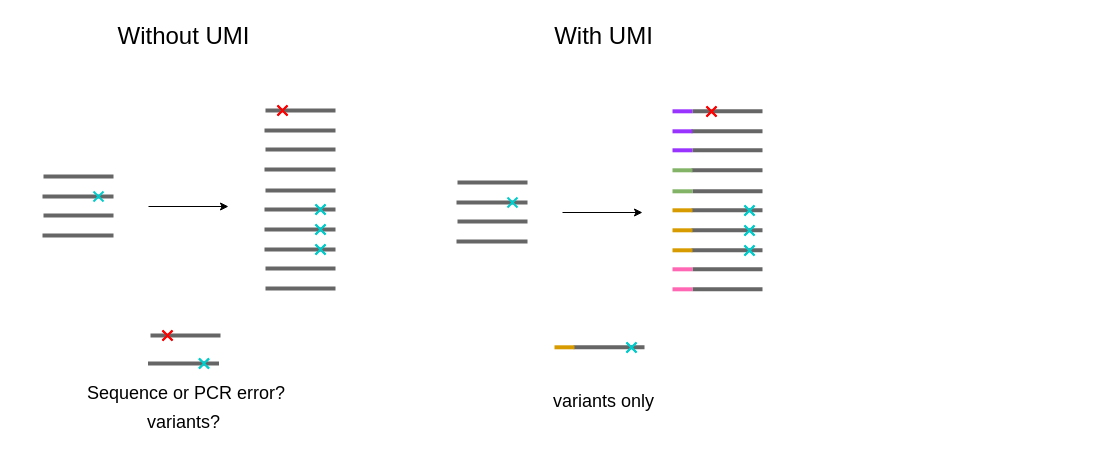
The draw.io diagram Copy of Copy of DNAsequencing.drawio in 16281022/os-lab2, before the edit. Source tidied: cells renumbered, new cells numbered last; positions are measured from the earlier drawing's top-left corner, leaving out a move shared by most shapes. Both pictures are drawn from the tidied source at 100%, with x=0, y=0 at pixel (42, 26).
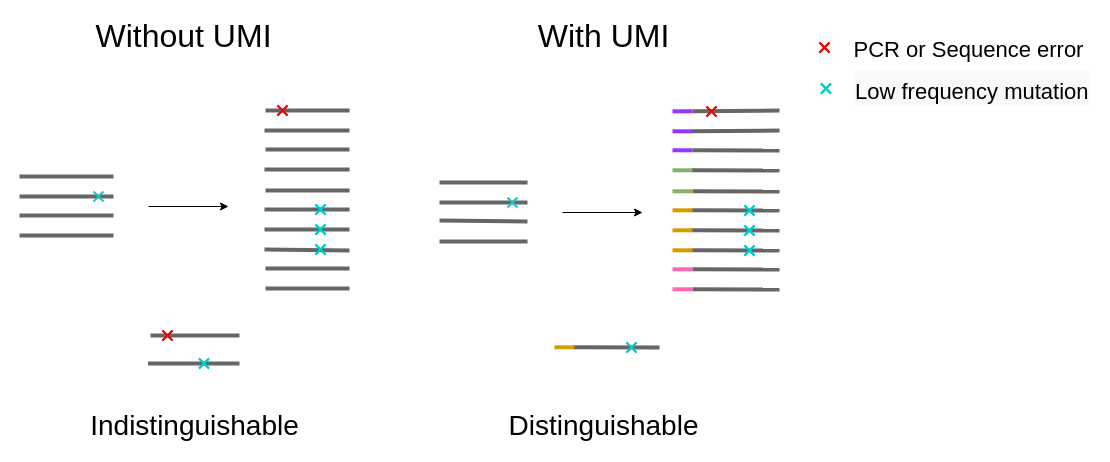
The same page after the edit.

The edit, as a diff of the source:
```diff
@@
     <mxCell id="2" style="endArrow=none;html=1;rounded=0;strokeWidth=4;strokeColor=#666666;" parent="1" edge="1">
       <mxGeometry relative="1" as="geometry">
-        <mxPoint x="1" y="150" as="sourcePoint" />
+        <mxPoint x="-23" y="150" as="sourcePoint" />
         <mxPoint x="71" y="150" as="targetPoint" />
       </mxGeometry>
     </mxCell>
     <mxCell id="3" style="endArrow=none;html=1;rounded=0;strokeWidth=4;strokeColor=#666666;" parent="1" edge="1">
       <mxGeometry relative="1" as="geometry">
-        <mxPoint y="170" as="sourcePoint" />
+        <mxPoint x="-23" y="170" as="sourcePoint" />
         <mxPoint x="71" y="170" as="targetPoint" />
       </mxGeometry>
     </mxCell>
     <mxCell id="4" style="endArrow=none;html=1;rounded=0;strokeWidth=4;strokeColor=#666666;" parent="1" edge="1">
       <mxGeometry relative="1" as="geometry">
-        <mxPoint x="1" y="189" as="sourcePoint" />
+        <mxPoint x="-23" y="189" as="sourcePoint" />
         <mxPoint x="71" y="189" as="targetPoint" />
       </mxGeometry>
     </mxCell>
     <mxCell id="5" style="endArrow=none;html=1;rounded=0;strokeWidth=4;strokeColor=#666666;" parent="1" edge="1">
       <mxGeometry relative="1" as="geometry">
-        <mxPoint y="209" as="sourcePoint" />
+        <mxPoint x="-23" y="209" as="sourcePoint" />
         <mxPoint x="71" y="209" as="targetPoint" />
       </mxGeometry>
     </mxCell>
@@
     <mxCell id="9" style="endArrow=none;html=1;rounded=0;strokeWidth=4;strokeColor=#666666;" parent="1" edge="1">
       <mxGeometry relative="1" as="geometry">
-        <mxPoint x="415" y="156" as="sourcePoint" />
+        <mxPoint x="397" y="156" as="sourcePoint" />
         <mxPoint x="485" y="156" as="targetPoint" />
       </mxGeometry>
     </mxCell>
     <mxCell id="10" style="endArrow=none;html=1;rounded=0;strokeWidth=4;strokeColor=#666666;" parent="1" edge="1">
       <mxGeometry relative="1" as="geometry">
-        <mxPoint x="414" y="176" as="sourcePoint" />
+        <mxPoint x="397" y="176" as="sourcePoint" />
         <mxPoint x="485" y="176" as="targetPoint" />
       </mxGeometry>
     </mxCell>
     <mxCell id="11" style="endArrow=none;html=1;rounded=0;strokeWidth=4;strokeColor=#666666;" parent="1" edge="1">
       <mxGeometry relative="1" as="geometry">
-        <mxPoint x="415" y="195" as="sourcePoint" />
+        <mxPoint x="397" y="194" as="sourcePoint" />
         <mxPoint x="485" y="195" as="targetPoint" />
       </mxGeometry>
     </mxCell>
     <mxCell id="12" style="endArrow=none;html=1;rounded=0;strokeWidth=4;strokeColor=#666666;" parent="1" edge="1">
       <mxGeometry relative="1" as="geometry">
-        <mxPoint x="414" y="215" as="sourcePoint" />
+        <mxPoint x="397" y="215" as="sourcePoint" />
         <mxPoint x="485" y="215" as="targetPoint" />
       </mxGeometry>
     </mxCell>
@@
     <mxCell id="16" style="endArrow=none;html=1;rounded=0;strokeWidth=4;strokeColor=#666666;" parent="1" edge="1">
       <mxGeometry relative="1" as="geometry">
         <mxPoint x="650" y="242.8" as="sourcePoint" />
-        <mxPoint x="720" y="242.8" as="targetPoint" />
+        <mxPoint x="737" y="243" as="targetPoint" />
       </mxGeometry>
     </mxCell>
@@
     <mxCell id="18" style="endArrow=none;html=1;rounded=0;strokeWidth=4;strokeColor=#666666;" parent="1" edge="1">
       <mxGeometry relative="1" as="geometry">
         <mxPoint x="650" y="262.8" as="sourcePoint" />
-        <mxPoint x="720" y="262.8" as="targetPoint" />
+        <mxPoint x="737" y="263" as="targetPoint" />
       </mxGeometry>
     </mxCell>
@@
     <mxCell id="20" style="endArrow=none;html=1;rounded=0;strokeWidth=4;strokeColor=#666666;" parent="1" edge="1">
       <mxGeometry relative="1" as="geometry">
         <mxPoint x="649" y="203.8" as="sourcePoint" />
-        <mxPoint x="720" y="203.8" as="targetPoint" />
+        <mxPoint x="737" y="204" as="targetPoint" />
       </mxGeometry>
     </mxCell>
     <mxCell id="21" style="endArrow=none;html=1;rounded=0;strokeWidth=4;strokeColor=#666666;" parent="1" edge="1">
       <mxGeometry relative="1" as="geometry">
         <mxPoint x="649" y="223.8" as="sourcePoint" />
-        <mxPoint x="720" y="223.8" as="targetPoint" />
+        <mxPoint x="737" y="224" as="targetPoint" />
       </mxGeometry>
     </mxCell>
@@
     <mxCell id="24" style="endArrow=none;html=1;rounded=0;strokeWidth=4;strokeColor=#666666;" parent="1" edge="1">
       <mxGeometry relative="1" as="geometry">
         <mxPoint x="650" y="84.8" as="sourcePoint" />
-        <mxPoint x="720" y="84.8" as="targetPoint" />
+        <mxPoint x="737" y="84" as="targetPoint" />
       </mxGeometry>
     </mxCell>
     <mxCell id="25" style="endArrow=none;html=1;rounded=0;strokeWidth=4;strokeColor=#666666;" parent="1" edge="1">
       <mxGeometry relative="1" as="geometry">
         <mxPoint x="649" y="104.8" as="sourcePoint" />
-        <mxPoint x="720" y="104.8" as="targetPoint" />
+        <mxPoint x="737" y="104" as="targetPoint" />
       </mxGeometry>
     </mxCell>
     <mxCell id="26" style="endArrow=none;html=1;rounded=0;strokeWidth=4;strokeColor=#666666;" parent="1" edge="1">
       <mxGeometry relative="1" as="geometry">
         <mxPoint x="650" y="164.8" as="sourcePoint" />
-        <mxPoint x="720" y="164.8" as="targetPoint" />
+        <mxPoint x="737" y="165" as="targetPoint" />
       </mxGeometry>
     </mxCell>
     <mxCell id="27" style="endArrow=none;html=1;rounded=0;strokeWidth=4;strokeColor=#666666;" parent="1" edge="1">
       <mxGeometry relative="1" as="geometry">
         <mxPoint x="649" y="183.8" as="sourcePoint" />
-        <mxPoint x="720" y="183.8" as="targetPoint" />
+        <mxPoint x="737" y="184" as="targetPoint" />
       </mxGeometry>
     </mxCell>
@@
     <mxCell id="32" style="endArrow=none;html=1;rounded=0;strokeWidth=4;strokeColor=#666666;" parent="1" edge="1">
       <mxGeometry relative="1" as="geometry">
         <mxPoint x="650" y="123.8" as="sourcePoint" />
-        <mxPoint x="720" y="123.8" as="targetPoint" />
+        <mxPoint x="737" y="124" as="targetPoint" />
       </mxGeometry>
     </mxCell>
     <mxCell id="33" style="endArrow=none;html=1;rounded=0;strokeWidth=4;strokeColor=#666666;" parent="1" edge="1">
       <mxGeometry relative="1" as="geometry">
         <mxPoint x="649" y="143.8" as="sourcePoint" />
-        <mxPoint x="720" y="143.8" as="targetPoint" />
+        <mxPoint x="737" y="144" as="targetPoint" />
       </mxGeometry>
     </mxCell>
@@
-    <mxCell id="36" value="&lt;font style=&quot;font-size: 24px;&quot;&gt;Without UMI&lt;/font&gt;" style="text;html=1;align=center;verticalAlign=middle;strokeColor=none;fillColor=none;" parent="1" vertex="1">
-      <mxGeometry x="66" width="150" height="20" as="geometry" />
+    <mxCell id="36" value="&lt;font style=&quot;font-size: 32px;&quot;&gt;Without UMI&lt;/font&gt;" style="text;html=1;align=center;verticalAlign=middle;strokeColor=none;fillColor=none;" parent="1" vertex="1">
+      <mxGeometry x="46" y="-5" width="190" height="30" as="geometry" />
     </mxCell>
-    <mxCell id="37" value="&lt;font style=&quot;font-size: 24px;&quot;&gt;With UMI&lt;/font&gt;" style="text;html=1;align=center;verticalAlign=middle;strokeColor=none;fillColor=none;" parent="1" vertex="1">
-      <mxGeometry x="506" width="110" height="20" as="geometry" />
+    <mxCell id="37" value="&lt;font style=&quot;font-size: 32px;&quot;&gt;With UMI&lt;/font&gt;" style="text;html=1;align=center;verticalAlign=middle;strokeColor=none;fillColor=none;" parent="1" vertex="1">
+      <mxGeometry x="486" y="-5" width="150" height="30" as="geometry" />
     </mxCell>
@@
     <mxCell id="46" style="endArrow=none;html=1;rounded=0;strokeWidth=4;strokeColor=#666666;" parent="1" edge="1">
       <mxGeometry relative="1" as="geometry">
         <mxPoint x="223" y="242" as="sourcePoint" />
-        <mxPoint x="293" y="242" as="targetPoint" />
+        <mxPoint x="307" y="242" as="targetPoint" />
       </mxGeometry>
     </mxCell>
     <mxCell id="47" style="endArrow=none;html=1;rounded=0;strokeWidth=4;strokeColor=#666666;" parent="1" edge="1">
       <mxGeometry relative="1" as="geometry">
         <mxPoint x="223" y="262" as="sourcePoint" />
-        <mxPoint x="293" y="262" as="targetPoint" />
+        <mxPoint x="307" y="262" as="targetPoint" />
       </mxGeometry>
     </mxCell>
     <mxCell id="48" style="endArrow=none;html=1;rounded=0;strokeWidth=4;strokeColor=#666666;" parent="1" edge="1">
       <mxGeometry relative="1" as="geometry">
         <mxPoint x="222" y="203" as="sourcePoint" />
-        <mxPoint x="293" y="203" as="targetPoint" />
+        <mxPoint x="307" y="203" as="targetPoint" />
       </mxGeometry>
     </mxCell>
     <mxCell id="49" style="endArrow=none;html=1;rounded=0;strokeWidth=4;strokeColor=#666666;" parent="1" edge="1">
       <mxGeometry relative="1" as="geometry">
         <mxPoint x="222" y="223" as="sourcePoint" />
-        <mxPoint x="293" y="223" as="targetPoint" />
+        <mxPoint x="307" y="224" as="targetPoint" />
       </mxGeometry>
     </mxCell>
     <mxCell id="50" style="endArrow=none;html=1;rounded=0;strokeWidth=4;strokeColor=#666666;" parent="1" edge="1">
       <mxGeometry relative="1" as="geometry">
         <mxPoint x="223" y="84" as="sourcePoint" />
-        <mxPoint x="293" y="84" as="targetPoint" />
+        <mxPoint x="307" y="84" as="targetPoint" />
       </mxGeometry>
     </mxCell>
     <mxCell id="51" style="endArrow=none;html=1;rounded=0;strokeWidth=4;strokeColor=#666666;" parent="1" edge="1">
       <mxGeometry relative="1" as="geometry">
         <mxPoint x="222" y="104" as="sourcePoint" />
-        <mxPoint x="293" y="104" as="targetPoint" />
+        <mxPoint x="307" y="104" as="targetPoint" />
       </mxGeometry>
     </mxCell>
     <mxCell id="52" style="endArrow=none;html=1;rounded=0;strokeWidth=4;strokeColor=#666666;" parent="1" edge="1">
       <mxGeometry relative="1" as="geometry">
         <mxPoint x="223" y="164" as="sourcePoint" />
-        <mxPoint x="293" y="164" as="targetPoint" />
+        <mxPoint x="307" y="164" as="targetPoint" />
       </mxGeometry>
     </mxCell>
     <mxCell id="53" style="endArrow=none;html=1;rounded=0;strokeWidth=4;strokeColor=#666666;" parent="1" edge="1">
       <mxGeometry relative="1" as="geometry">
         <mxPoint x="222" y="183" as="sourcePoint" />
-        <mxPoint x="293" y="183" as="targetPoint" />
+        <mxPoint x="307" y="183" as="targetPoint" />
       </mxGeometry>
     </mxCell>
     <mxCell id="54" style="endArrow=none;html=1;rounded=0;strokeWidth=4;strokeColor=#666666;" parent="1" edge="1">
       <mxGeometry relative="1" as="geometry">
         <mxPoint x="223" y="123" as="sourcePoint" />
-        <mxPoint x="293" y="123" as="targetPoint" />
+        <mxPoint x="307" y="123" as="targetPoint" />
       </mxGeometry>
     </mxCell>
     <mxCell id="55" style="endArrow=none;html=1;rounded=0;strokeWidth=4;strokeColor=#666666;" parent="1" edge="1">
       <mxGeometry relative="1" as="geometry">
         <mxPoint x="222" y="143" as="sourcePoint" />
-        <mxPoint x="293" y="143" as="targetPoint" />
+        <mxPoint x="307" y="143" as="targetPoint" />
       </mxGeometry>
     </mxCell>
@@
     <mxCell id="84" style="endArrow=none;html=1;rounded=0;strokeWidth=4;strokeColor=#666666;" parent="1" edge="1">
       <mxGeometry relative="1" as="geometry">
         <mxPoint x="108" y="309" as="sourcePoint" />
-        <mxPoint x="178" y="309" as="targetPoint" />
+        <mxPoint x="197" y="309" as="targetPoint" />
       </mxGeometry>
     </mxCell>
     <mxCell id="85" style="endArrow=none;html=1;rounded=0;strokeWidth=4;strokeColor=#666666;" parent="1" edge="1">
       <mxGeometry relative="1" as="geometry">
         <mxPoint x="105.5" y="337" as="sourcePoint" />
-        <mxPoint x="176.5" y="337" as="targetPoint" />
+        <mxPoint x="197" y="337" as="targetPoint" />
       </mxGeometry>
     </mxCell>
@@
     <mxCell id="90" style="endArrow=none;html=1;rounded=0;strokeWidth=4;strokeColor=#666666;" parent="1" edge="1">
       <mxGeometry relative="1" as="geometry">
         <mxPoint x="531" y="320.8" as="sourcePoint" />
-        <mxPoint x="602" y="320.8" as="targetPoint" />
+        <mxPoint x="617" y="321" as="targetPoint" />
       </mxGeometry>
     </mxCell>
@@
-    <mxCell id="96" value="&lt;font style=&quot;font-size: 18px;&quot;&gt;&amp;nbsp;Sequence or PCR error?&lt;br&gt;variants?&lt;br&gt;&lt;/font&gt;" style="text;html=1;align=center;verticalAlign=middle;strokeColor=none;fillColor=none;fontSize=24;" parent="1" vertex="1">
-      <mxGeometry x="31" y="344" width="220" height="70" as="geometry" />
+    <mxCell id="96" value="&lt;font style=&quot;font-size: 28px;&quot;&gt;Indistinguishable&lt;br&gt;&lt;/font&gt;" style="text;html=1;align=center;verticalAlign=middle;strokeColor=none;fillColor=none;fontSize=24;" parent="1" vertex="1">
+      <mxGeometry x="42" y="379" width="220" height="40" as="geometry" />
     </mxCell>
-    <mxCell id="97" value="&lt;font style=&quot;font-size: 18px;&quot;&gt;variants only&lt;/font&gt;" style="text;html=1;align=center;verticalAlign=middle;strokeColor=none;fillColor=none;fontSize=24;" parent="1" vertex="1">
-      <mxGeometry x="501" y="353" width="120" height="40" as="geometry" />
+    <mxCell id="97" value="&lt;span style=&quot;font-size: 28px;&quot;&gt;Distinguishable&lt;/span&gt;" style="text;html=1;align=center;verticalAlign=middle;strokeColor=none;fillColor=none;fontSize=24;" parent="1" vertex="1">
+      <mxGeometry x="456" y="379" width="210" height="40" as="geometry" />
     </mxCell>
+    <mxCell id="98" style="endArrow=none;html=1;rounded=0;fillColor=#a20025;strokeColor=#FF0000;strokeWidth=2;" parent="1" edge="1">
+      <mxGeometry relative="1" as="geometry">
+        <mxPoint x="777" y="16" as="sourcePoint" />
+        <mxPoint x="787" y="26" as="targetPoint" />
+      </mxGeometry>
+    </mxCell>
+    <mxCell id="99" style="endArrow=none;html=1;rounded=0;fillColor=#a20025;strokeColor=#FF0000;strokeWidth=2;" parent="1" edge="1">
+      <mxGeometry relative="1" as="geometry">
+        <mxPoint x="787" y="16" as="sourcePoint" />
+        <mxPoint x="777" y="26" as="targetPoint" />
+      </mxGeometry>
+    </mxCell>
+    <mxCell id="100" style="endArrow=none;html=1;rounded=0;fillColor=#a20025;strokeColor=#FF0000;strokeWidth=2;" parent="1" edge="1">
+      <mxGeometry relative="1" as="geometry">
+        <mxPoint x="777" y="16" as="sourcePoint" />
+        <mxPoint x="787" y="26" as="targetPoint" />
+      </mxGeometry>
+    </mxCell>
+    <mxCell id="101" style="endArrow=none;html=1;rounded=0;fillColor=#a20025;strokeColor=#FF0000;strokeWidth=2;" parent="1" edge="1">
+      <mxGeometry relative="1" as="geometry">
+        <mxPoint x="787" y="16" as="sourcePoint" />
+        <mxPoint x="777" y="26" as="targetPoint" />
+      </mxGeometry>
+    </mxCell>
+    <mxCell id="102" value="&lt;font style=&quot;font-size: 22px;&quot;&gt;PCR or Sequence error&lt;/font&gt;" style="text;html=1;align=center;verticalAlign=middle;strokeColor=none;fillColor=none;fontSize=32;" parent="1" vertex="1">
+      <mxGeometry x="801" y="-5" width="250" height="50" as="geometry" />
+    </mxCell>
+    <mxCell id="103" style="endArrow=none;html=1;rounded=0;fillColor=#dae8fc;strokeColor=#00CCCC;strokeWidth=2;" parent="1" edge="1">
+      <mxGeometry relative="1" as="geometry">
+        <mxPoint x="778.5" y="57" as="sourcePoint" />
+        <mxPoint x="788.5" y="67" as="targetPoint" />
+      </mxGeometry>
+    </mxCell>
+    <mxCell id="104" style="endArrow=none;html=1;rounded=0;fillColor=#dae8fc;strokeColor=#00CCCC;strokeWidth=2;" parent="1" edge="1">
+      <mxGeometry relative="1" as="geometry">
+        <mxPoint x="788.5" y="57" as="sourcePoint" />
+        <mxPoint x="778.5" y="67" as="targetPoint" />
+      </mxGeometry>
+    </mxCell>
+    <mxCell id="105" style="endArrow=none;html=1;rounded=0;fillColor=#dae8fc;strokeColor=#00CCCC;strokeWidth=2;" parent="1" edge="1">
+      <mxGeometry relative="1" as="geometry">
+        <mxPoint x="778.5" y="57" as="sourcePoint" />
+        <mxPoint x="788.5" y="67" as="targetPoint" />
+      </mxGeometry>
+    </mxCell>
+    <mxCell id="106" style="endArrow=none;html=1;rounded=0;fillColor=#dae8fc;strokeColor=#00CCCC;strokeWidth=2;" parent="1" edge="1">
+      <mxGeometry relative="1" as="geometry">
+        <mxPoint x="788.5" y="57" as="sourcePoint" />
+        <mxPoint x="778.5" y="67" as="targetPoint" />
+      </mxGeometry>
+    </mxCell>
+    <mxCell id="107" value="&lt;span style=&quot;color: rgb(0, 0, 0); font-family: Helvetica; font-style: normal; font-variant-ligatures: normal; font-variant-caps: normal; font-weight: 400; letter-spacing: normal; orphans: 2; text-align: center; text-indent: 0px; text-transform: none; widows: 2; word-spacing: 0px; -webkit-text-stroke-width: 0px; background-color: rgb(248, 249, 250); text-decoration-style: initial; text-decoration-color: initial; float: none; display: inline !important;&quot;&gt;&lt;font style=&quot;font-size: 22px;&quot;&gt;Low frequency mutation&lt;/font&gt;&lt;/span&gt;" style="text;whiteSpace=wrap;html=1;fontSize=32;" parent="1" vertex="1">
+      <mxGeometry x="811" y="36" width="236" height="60" as="geometry" />
+    </mxCell>
```
